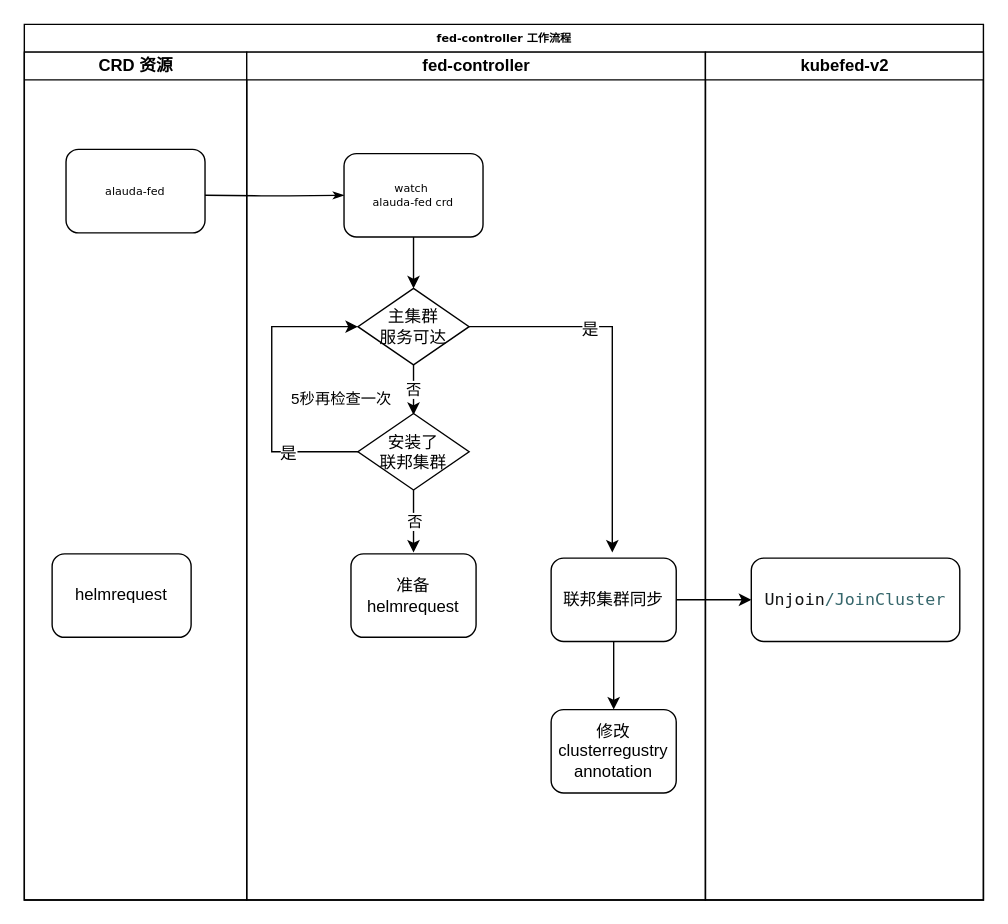
This is page "Page-2" (2 of 4) of federateclusters.drawio from ssider/system_designs, a draw.io file, before an edit. Source tidied: cells renumbered, new cells numbered last; positions are measured from the earlier drawing's top-left corner, leaving out a move shared by most shapes. Both pictures are drawn from the tidied source at 139%, with x=0, y=0 at pixel (24, 24).
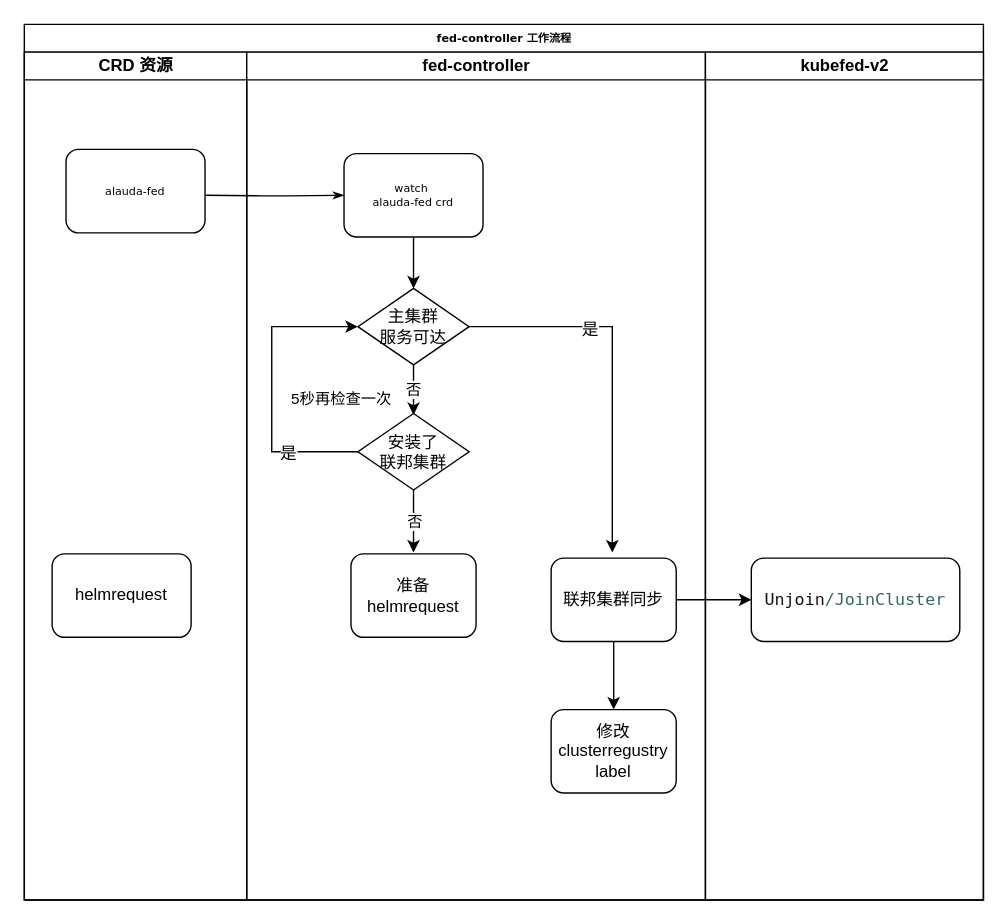
The same diagram, later.

Unchanged cells that the change refers to:
```xml
<mxCell id="7" value="fed-controller" style="swimlane;html=1;startSize=20;" parent="2" vertex="1">
  <mxGeometry x="160" y="20" width="330" height="610" as="geometry" />
</mxCell>
```

Diff of the diagram source:
```diff
@@
-    <mxCell id="20" value="修改clusterregustry&lt;br&gt;annotation&lt;br&gt;" style="rounded=1;whiteSpace=wrap;html=1;fillColor=#ffffff;" parent="7" vertex="1">
+    <mxCell id="20" value="修改clusterregustry&lt;br&gt;label" style="rounded=1;whiteSpace=wrap;html=1;fillColor=#ffffff;" parent="7" vertex="1">
       <mxGeometry x="219" y="473" width="90" height="60" as="geometry" />
     </mxCell>
```
